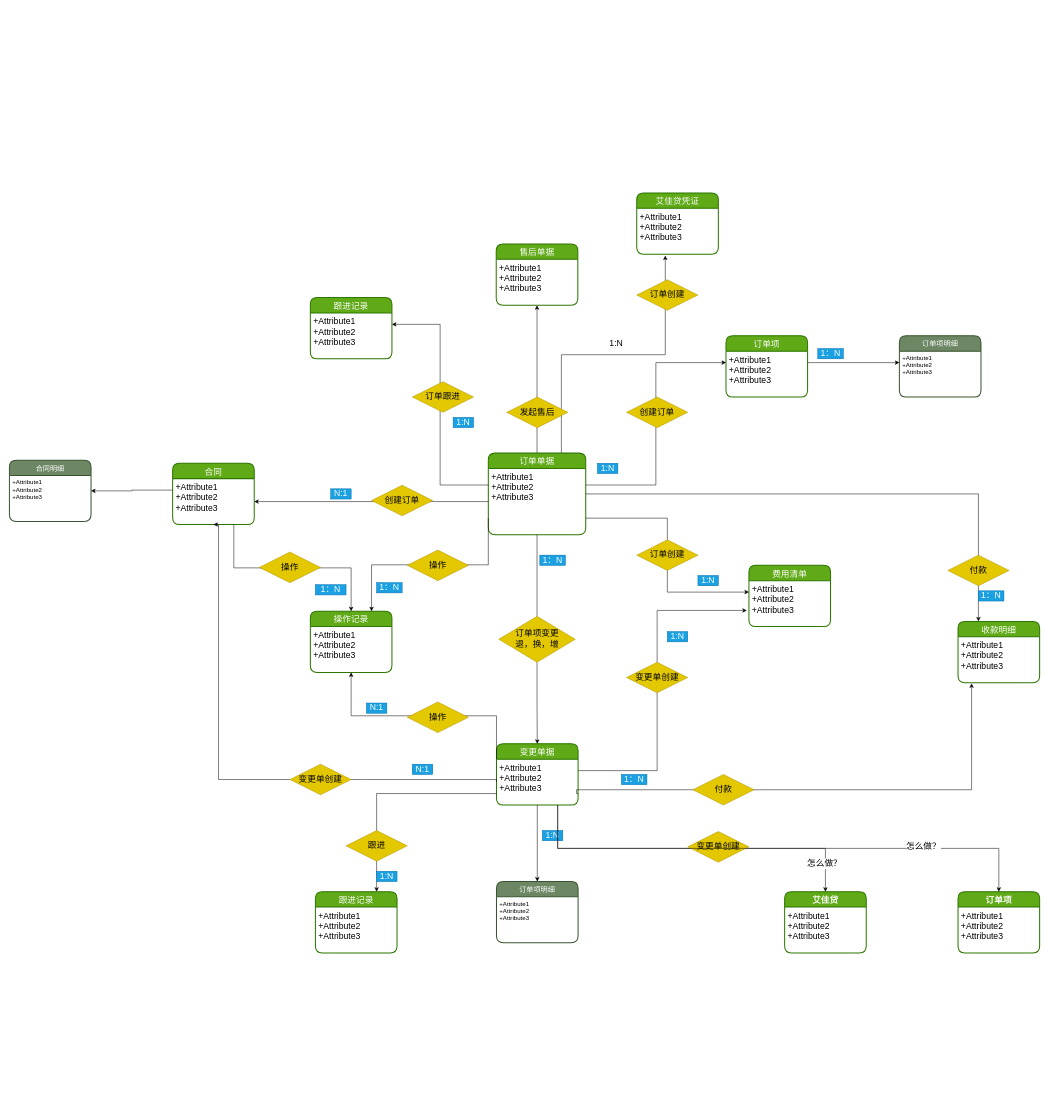
This is 平台2.0/艾佳2.0订单领域实体设计.drawio from Msimplehub/abbysun, a draw.io file, before an edit. Source tidied: cells renumbered, new cells numbered last; positions are measured from the earlier drawing's top-left corner, leaving out a move shared by most shapes. Both pictures are drawn from the tidied source at 51%, with x=0, y=0 at pixel (9, 193).
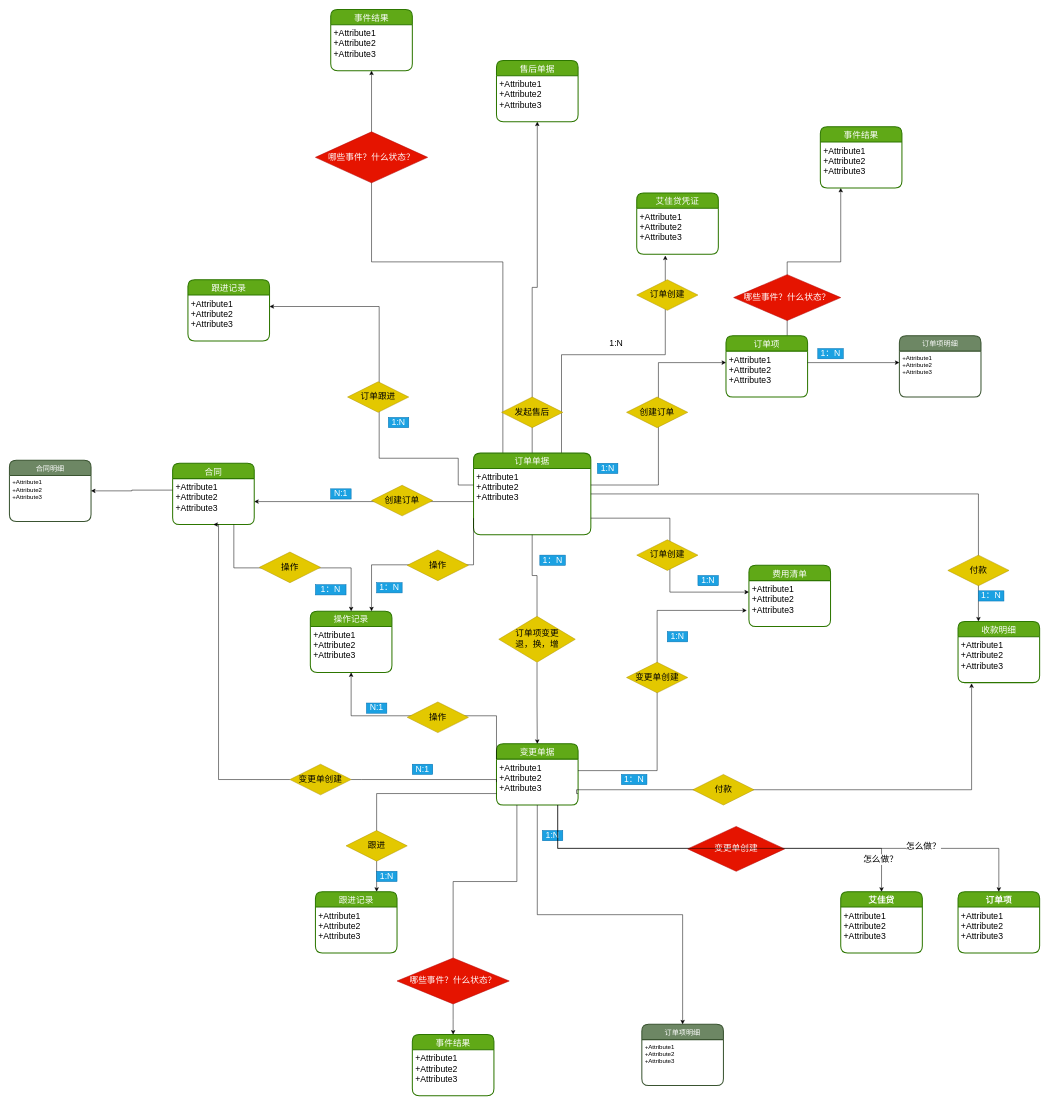
The same diagram, later.

Commit message (it also covers changes not shown here):
更新艾佳2.0订单领域实体设计.drawio

Unchanged cells that the change refers to:
```xml
<mxCell id="6" value="订单项" style="swimlane;horizontal=1;startSize=30;rounded=1;fontSize=17;fontStyle=0;strokeWidth=2;shadow=0;dashed=0;align=center;fillColor=#60a917;strokeColor=#2D7600;fontColor=#ffffff;" parent="1" vertex="1">
  <mxGeometry x="1405" y="280" width="160" height="120" as="geometry" />
</mxCell>
<mxCell id="11" value="+Attribute1&#10;+Attribute2&#10;+Attribute3" style="align=left;strokeColor=none;fillColor=none;spacingLeft=4;fontSize=17;verticalAlign=top;" parent="10" vertex="1">
  <mxGeometry y="30" width="160" height="90" as="geometry" />
</mxCell>
<mxCell id="57" value="+Attribute1&#10;+Attribute2&#10;+Attribute3" style="align=left;strokeColor=none;fillColor=none;spacingLeft=4;fontSize=17;verticalAlign=top;" parent="56" vertex="1">
  <mxGeometry y="30" width="160" height="90" as="geometry" />
</mxCell>
```

Diff of the diagram source:
```diff
@@
+    <mxCell id="90" style="edgeStyle=elbowEdgeStyle;rounded=0;jettySize=auto;elbow=vertical;html=1;exitX=0.25;exitY=0;exitDx=0;exitDy=0;fontSize=17;" parent="1" edge="1" source="4">
+      <mxGeometry relative="1" as="geometry">
+        <mxPoint x="710" y="-240" as="targetPoint" />
+      </mxGeometry>
+    </mxCell>
     <mxCell id="4" value="订单单据" style="swimlane;horizontal=1;startSize=30;rounded=1;fontSize=17;fontStyle=0;strokeWidth=2;shadow=0;dashed=0;align=center;fillColor=#60a917;strokeColor=#2D7600;fontColor=#ffffff;" parent="1" vertex="1">
-      <mxGeometry x="939" y="510" width="191" height="160" as="geometry" />
+      <mxGeometry x="910" y="510" width="230" height="160" as="geometry" />
     </mxCell>
     <mxCell id="5" value="+Attribute1&#10;+Attribute2&#10;+Attribute3" style="align=left;strokeColor=none;fillColor=none;spacingLeft=4;fontSize=17;verticalAlign=top;" parent="4" vertex="1">
-      <mxGeometry y="30" width="191" height="130" as="geometry" />
+      <mxGeometry y="30" width="230" height="130" as="geometry" />
     </mxCell>
+    <mxCell id="91" style="edgeStyle=elbowEdgeStyle;rounded=0;jettySize=auto;elbow=vertical;html=1;exitX=0.75;exitY=0;exitDx=0;exitDy=0;entryX=0.25;entryY=1;entryDx=0;entryDy=0;fontSize=17;" parent="1" edge="1" source="6" target="96">
+      <mxGeometry relative="1" as="geometry" />
+    </mxCell>
@@
     <mxCell id="17" value="售后单据" style="swimlane;horizontal=1;startSize=30;rounded=1;fontSize=17;fontStyle=0;strokeWidth=2;shadow=0;dashed=0;align=center;fillColor=#60a917;strokeColor=#2D7600;fontColor=#ffffff;" parent="1" vertex="1">
-      <mxGeometry x="954.5" y="100" width="160" height="120" as="geometry" />
+      <mxGeometry x="955" y="-260" width="160" height="120" as="geometry" />
     </mxCell>
@@
     <mxCell id="19" value="发起售后" style="shape=rhombus;perimeter=rhombusPerimeter;whiteSpace=wrap;html=1;align=center;fontSize=17;fillColor=#e3c800;strokeColor=#B09500;fontColor=#000000;" parent="1" vertex="1">
-      <mxGeometry x="975" y="400" width="120" height="60" as="geometry" />
+      <mxGeometry x="965" y="400" width="120" height="60" as="geometry" />
     </mxCell>
@@
     <mxCell id="32" value="订单项明细" style="swimlane;horizontal=1;startSize=30;rounded=1;fontSize=14;fontStyle=0;strokeWidth=2;shadow=0;dashed=0;align=center;fillColor=#6d8764;strokeColor=#3A5431;fontColor=#ffffff;" parent="1" vertex="1">
-      <mxGeometry x="955" y="1350" width="160" height="120" as="geometry" />
+      <mxGeometry x="1240" y="1630" width="160" height="120" as="geometry" />
     </mxCell>
@@
     <mxCell id="56" value="跟进记录" style="swimlane;horizontal=1;startSize=30;rounded=1;fontSize=17;fontStyle=0;strokeWidth=2;shadow=0;dashed=0;align=center;fillColor=#60a917;strokeColor=#2D7600;fontColor=#ffffff;" parent="1" vertex="1">
-      <mxGeometry x="590" y="205" width="160" height="120" as="geometry" />
+      <mxGeometry x="350" y="170" width="160" height="120" as="geometry" />
     </mxCell>
@@
     <mxCell id="58" style="edgeStyle=orthogonalEdgeStyle;rounded=0;jettySize=auto;html=1;exitX=0;exitY=0.25;exitDx=0;exitDy=0;entryX=1;entryY=0.25;entryDx=0;entryDy=0;fontSize=17;" parent="1" edge="1" source="5" target="57">
-      <mxGeometry relative="1" as="geometry" />
+      <mxGeometry relative="1" as="geometry">
+        <Array as="points">
+          <mxPoint x="880" y="573" />
+          <mxPoint x="880" y="520" />
+          <mxPoint x="725" y="520" />
+          <mxPoint x="725" y="223" />
+        </Array>
+      </mxGeometry>
     </mxCell>
     <mxCell id="59" value="1:N" style="text;html=1;strokeColor=#006EAF;fillColor=#1ba1e2;align=center;verticalAlign=middle;whiteSpace=wrap;rounded=0;fontSize=17;fontColor=#ffffff;" parent="1" vertex="1">
-      <mxGeometry x="870" y="440" width="40" height="20" as="geometry" />
+      <mxGeometry x="743" y="440" width="40" height="20" as="geometry" />
     </mxCell>
     <mxCell id="60" value="订单跟进" style="shape=rhombus;perimeter=rhombusPerimeter;whiteSpace=wrap;html=1;align=center;fontSize=17;fillColor=#e3c800;strokeColor=#B09500;fontColor=#000000;" parent="1" vertex="1">
-      <mxGeometry x="790" y="370" width="120" height="60" as="geometry" />
+      <mxGeometry x="663" y="370" width="120" height="60" as="geometry" />
     </mxCell>
@@
     <mxCell id="79" value="艾佳贷" style="swimlane;horizontal=1;startSize=30;rounded=1;fontSize=17;fontStyle=1;strokeWidth=2;shadow=0;dashed=0;align=center;fillColor=#60a917;strokeColor=#2D7600;fontColor=#ffffff;" parent="1" vertex="1">
-      <mxGeometry x="1520" y="1370" width="160" height="120" as="geometry" />
+      <mxGeometry x="1630" y="1370" width="160" height="120" as="geometry" />
     </mxCell>
@@
-    <mxCell id="83" value="变更单创建" style="shape=rhombus;perimeter=rhombusPerimeter;whiteSpace=wrap;html=1;align=center;fontSize=17;fillColor=#e3c800;strokeColor=#B09500;fontColor=#000000;" parent="1" vertex="1">
-      <mxGeometry x="1330" y="1252" width="120" height="60" as="geometry" />
+    <mxCell id="83" value="变更单创建" style="shape=rhombus;perimeter=rhombusPerimeter;whiteSpace=wrap;html=1;align=center;fontSize=17;fillColor=#e51400;strokeColor=#B20000;fontColor=#ffffff;" parent="1" vertex="1">
+      <mxGeometry x="1330" y="1242" width="190" height="88" as="geometry" />
     </mxCell>
@@
+    <mxCell id="92" value="哪些事件？什么状态？" style="shape=rhombus;perimeter=rhombusPerimeter;whiteSpace=wrap;html=1;align=center;fontSize=17;fillColor=#e51400;strokeColor=#B20000;fontColor=#ffffff;" parent="1" vertex="1">
+      <mxGeometry x="600" y="-120" width="220" height="100" as="geometry" />
+    </mxCell>
+    <mxCell id="93" value="事件结果" style="swimlane;horizontal=1;startSize=30;rounded=1;fontSize=17;fontStyle=0;strokeWidth=2;shadow=0;dashed=0;align=center;fillColor=#60a917;strokeColor=#2D7600;fontColor=#ffffff;" parent="1" vertex="1">
+      <mxGeometry x="630" y="-360" width="160" height="120" as="geometry" />
+    </mxCell>
+    <mxCell id="94" value="+Attribute1&#10;+Attribute2&#10;+Attribute3" style="align=left;strokeColor=none;fillColor=none;spacingLeft=4;fontSize=17;verticalAlign=top;" parent="93" vertex="1">
+      <mxGeometry y="30" width="160" height="90" as="geometry" />
+    </mxCell>
+    <mxCell id="95" value="事件结果" style="swimlane;horizontal=1;startSize=30;rounded=1;fontSize=17;fontStyle=0;strokeWidth=2;shadow=0;dashed=0;align=center;fillColor=#60a917;strokeColor=#2D7600;fontColor=#ffffff;" parent="1" vertex="1">
+      <mxGeometry x="1590" y="-130" width="160" height="120" as="geometry" />
+    </mxCell>
+    <mxCell id="96" value="+Attribute1&#10;+Attribute2&#10;+Attribute3" style="align=left;strokeColor=none;fillColor=none;spacingLeft=4;fontSize=17;verticalAlign=top;" parent="95" vertex="1">
+      <mxGeometry y="30" width="160" height="90" as="geometry" />
+    </mxCell>
+    <mxCell id="97" value="哪些事件？什么状态？" style="shape=rhombus;perimeter=rhombusPerimeter;whiteSpace=wrap;html=1;align=center;fontSize=17;fillColor=#e51400;strokeColor=#B20000;fontColor=#ffffff;" parent="1" vertex="1">
+      <mxGeometry x="1420" y="160" width="210" height="90" as="geometry" />
+    </mxCell>
+    <mxCell id="98" value="事件结果" style="swimlane;horizontal=1;startSize=30;rounded=1;fontSize=17;fontStyle=0;strokeWidth=2;shadow=0;dashed=0;align=center;fillColor=#60a917;strokeColor=#2D7600;fontColor=#ffffff;" parent="1" vertex="1">
+      <mxGeometry x="790" y="1650" width="160" height="120" as="geometry" />
+    </mxCell>
+    <mxCell id="99" value="+Attribute1&#10;+Attribute2&#10;+Attribute3" style="align=left;strokeColor=none;fillColor=none;spacingLeft=4;fontSize=17;verticalAlign=top;" parent="98" vertex="1">
+      <mxGeometry y="30" width="160" height="90" as="geometry" />
+    </mxCell>
+    <mxCell id="100" style="edgeStyle=elbowEdgeStyle;rounded=0;jettySize=auto;elbow=vertical;html=1;exitX=0.5;exitY=1;exitDx=0;exitDy=0;entryX=0.5;entryY=0;entryDx=0;entryDy=0;fontSize=17;startArrow=none;" parent="1" edge="1" source="101" target="98">
+      <mxGeometry relative="1" as="geometry" />
+    </mxCell>
+    <mxCell id="101" value="哪些事件？什么状态？" style="shape=rhombus;perimeter=rhombusPerimeter;whiteSpace=wrap;html=1;align=center;fontSize=17;fillColor=#e51400;strokeColor=#B20000;fontColor=#ffffff;" parent="1" vertex="1">
+      <mxGeometry x="760" y="1500" width="220" height="90" as="geometry" />
+    </mxCell>
+    <mxCell id="102" style="edgeStyle=elbowEdgeStyle;rounded=0;jettySize=auto;elbow=vertical;html=1;exitX=0.25;exitY=1;exitDx=0;exitDy=0;entryX=0.5;entryY=0;entryDx=0;entryDy=0;fontSize=17;endArrow=none;" parent="1" edge="1" source="11" target="101">
+      <mxGeometry relative="1" as="geometry" />
+    </mxCell>
```
